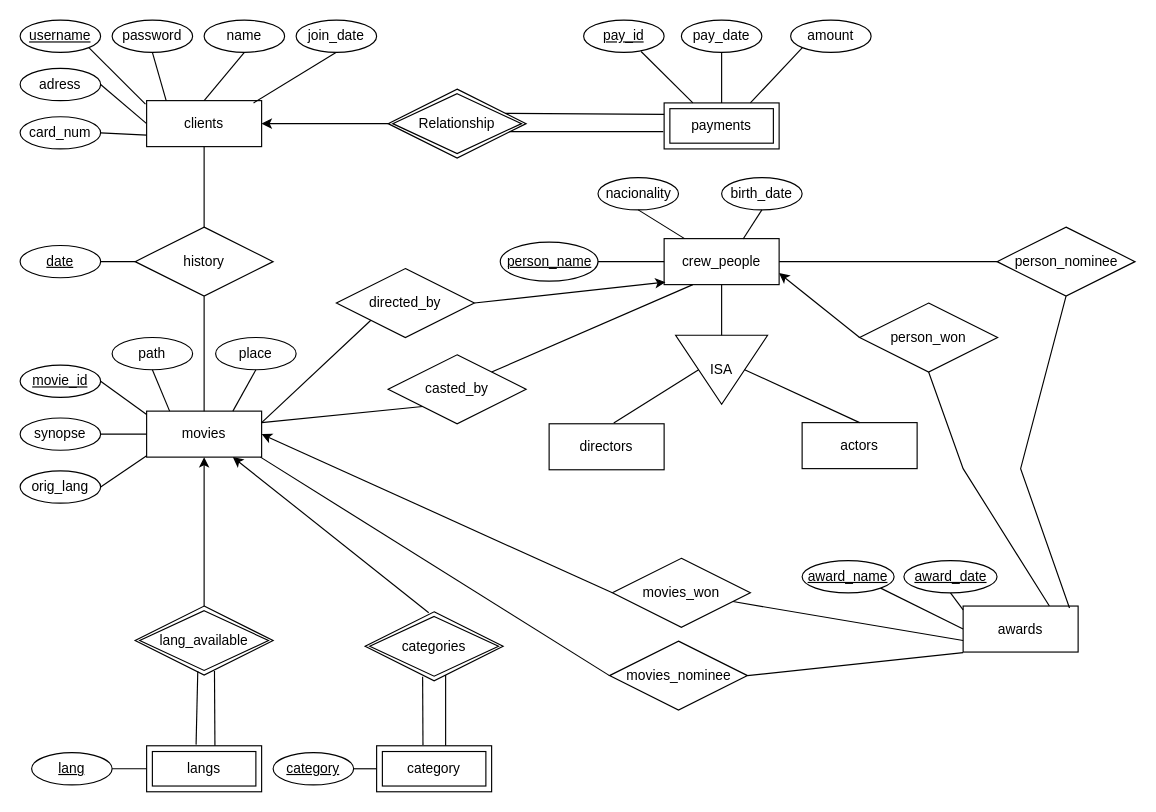
The draw.io diagram er.drawio in MiguelNdeCarvalho/BD-Work-2, before the edit. Source tidied: cells renumbered, new cells numbered last; positions are measured from the earlier drawing's top-left corner, leaving out a move shared by most shapes. Both pictures are drawn from the tidied source at 115%, with x=0, y=0 at pixel (20, 20).
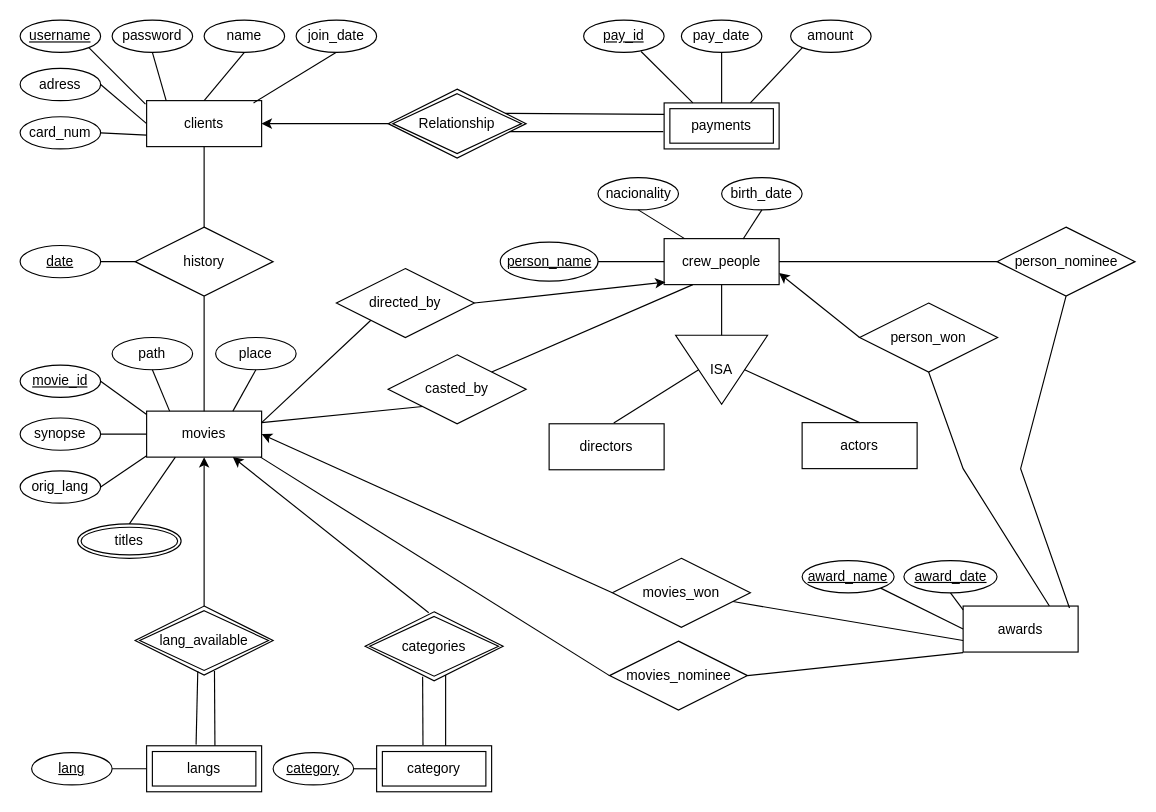
After the change.

Commit message:
er: add titles to movies

The change refers to these unchanged cells:
```xml
<mxCell id="19" value="movies" style="whiteSpace=wrap;html=1;align=center;" parent="1" vertex="1">
  <mxGeometry x="110" y="340" width="100" height="40" as="geometry" />
</mxCell>
```

What changed in the source:
```diff
@@
+    <mxCell id="92" value="titles" style="ellipse;shape=doubleEllipse;margin=3;whiteSpace=wrap;html=1;align=center;" parent="1" vertex="1">
+      <mxGeometry x="50" y="438" width="90" height="30" as="geometry" />
+    </mxCell>
+    <mxCell id="93" style="endArrow=none;html=1;rounded=0;exitX=0.5;exitY=0;exitDx=0;exitDy=0;entryX=0.25;entryY=1;entryDx=0;entryDy=0;" parent="1" edge="1" source="92" target="19">
+      <mxGeometry relative="1" as="geometry" />
+    </mxCell>
```
